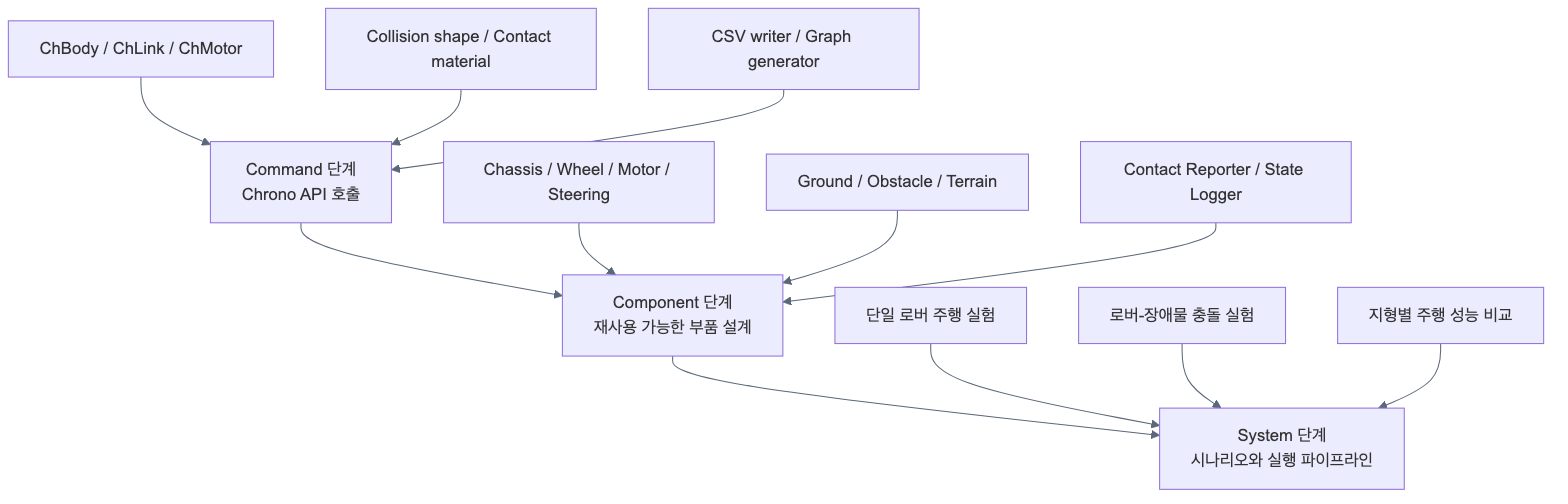
Earlier version of the Mermaid export 3-layer_report/2.2 Component/images/mermaid_rendered/2_2_mermaid_01.png (Poesy-Lab/Project_Chrono_Practice). Its source is kept beside it as 3-layer_report/2.2 Component/images/mermaid_rendered/2_2_mermaid_01.mmd. The source it was exported from:
```mermaid
flowchart TB
    A["Command 단계<br/>Chrono API 호출"] --> B["Component 단계<br/>재사용 가능한 부품 설계"]
    B --> C["System 단계<br/>시나리오와 실행 파이프라인"]
    A1["ChBody / ChLink / ChMotor"] --> A
    A2["Collision shape / Contact material"] --> A
    A3["CSV writer / Graph generator"] --> A
    B1["Chassis / Wheel / Motor / Steering"] --> B
    B2["Ground / Obstacle / Terrain"] --> B
    B3["Contact Reporter / State Logger"] --> B
    C1["단일 로버 주행 실험"] --> C
    C2["로버-장애물 충돌 실험"] --> C
    C3["지형별 주행 성능 비교"] --> C
```
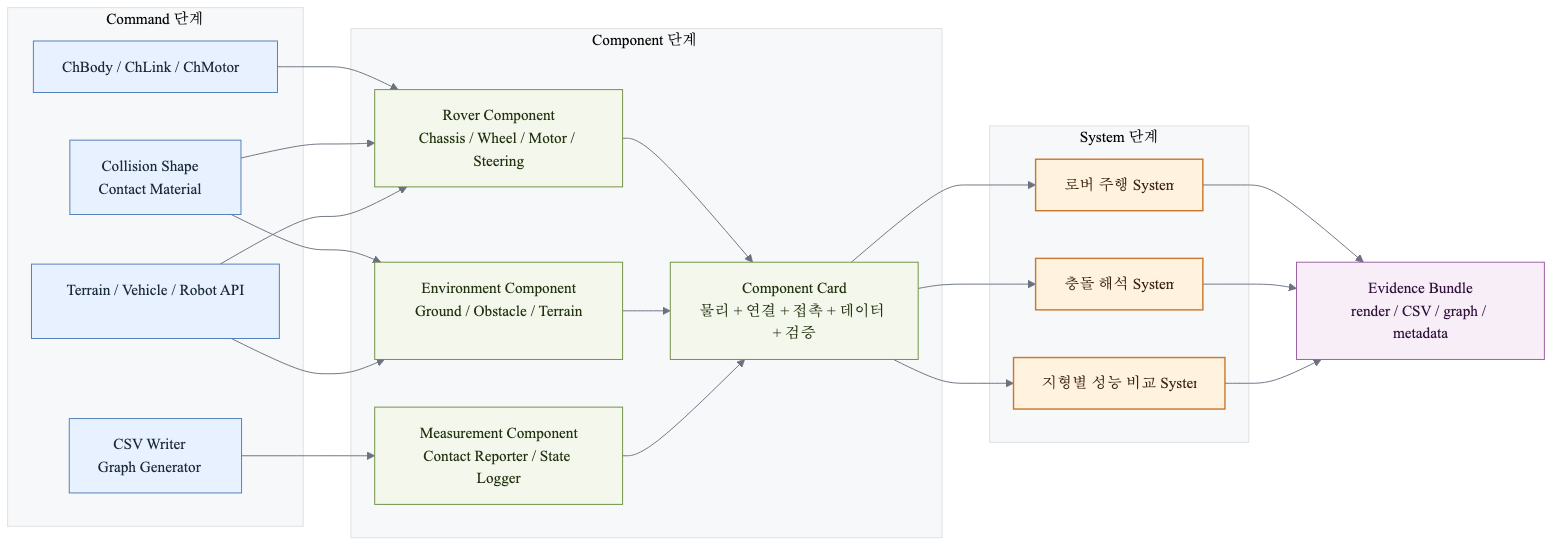
The same file after the commit.

What changed in the source:
```diff
@@ -1,12 +1,49 @@
-flowchart TB
-    A["Command 단계<br/>Chrono API 호출"] --> B["Component 단계<br/>재사용 가능한 부품 설계"]
-    B --> C["System 단계<br/>시나리오와 실행 파이프라인"]
-    A1["ChBody / ChLink / ChMotor"] --> A
-    A2["Collision shape / Contact material"] --> A
-    A3["CSV writer / Graph generator"] --> A
-    B1["Chassis / Wheel / Motor / Steering"] --> B
-    B2["Ground / Obstacle / Terrain"] --> B
-    B3["Contact Reporter / State Logger"] --> B
-    C1["단일 로버 주행 실험"] --> C
-    C2["로버-장애물 충돌 실험"] --> C
-    C3["지형별 주행 성능 비교"] --> C
+%%{init: {'theme': 'base', 'themeVariables': {'fontFamily': 'Arial, Apple SD Gothic Neo, sans-serif', 'primaryColor': '#eef6ff', 'primaryTextColor': '#1b2a3a', 'primaryBorderColor': '#4f7db8', 'lineColor': '#6a7280', 'tertiaryColor': '#f7f8fa'}}}%%
+flowchart LR
+    classDef command fill:#e8f1ff,stroke:#4f7db8,color:#1b2a3a,stroke-width:1px
+    classDef component fill:#f3f7ec,stroke:#6f8f42,color:#23320f,stroke-width:1px
+    classDef system fill:#fff3df,stroke:#c9792b,color:#3d2410,stroke-width:1.5px
+    classDef evidence fill:#f7eef8,stroke:#9a5aa3,color:#32123a,stroke-width:1px
+
+    subgraph Command["Command 단계"]
+        C1["ChBody / ChLink / ChMotor"]
+        C2["Collision Shape<br/>Contact Material"]
+        C3["Terrain / Vehicle / Robot API"]
+        C4["CSV Writer<br/>Graph Generator"]
+    end
+
+    subgraph Component["Component 단계"]
+        P1["Rover Component<br/>Chassis / Wheel / Motor / Steering"]
+        P2["Environment Component<br/>Ground / Obstacle / Terrain"]
+        P3["Measurement Component<br/>Contact Reporter / State Logger"]
+        P4["Component Card<br/>물리 + 연결 + 접촉 + 데이터 + 검증"]
+    end
+
+    subgraph System["System 단계"]
+        S1["로버 주행 System"]
+        S2["충돌 해석 System"]
+        S3["지형별 성능 비교 System"]
+    end
+
+    O["Evidence Bundle<br/>render / CSV / graph / metadata"]
+
+    C1 --> P1
+    C2 --> P1
+    C2 --> P2
+    C3 --> P1
+    C3 --> P2
+    C4 --> P3
+    P1 --> P4
+    P2 --> P4
+    P3 --> P4
+    P4 --> S1
+    P4 --> S2
+    P4 --> S3
+    S1 --> O
+    S2 --> O
+    S3 --> O
+
+    class C1,C2,C3,C4 command
+    class P1,P2,P3,P4 component
+    class S1,S2,S3 system
+    class O evidence
```
